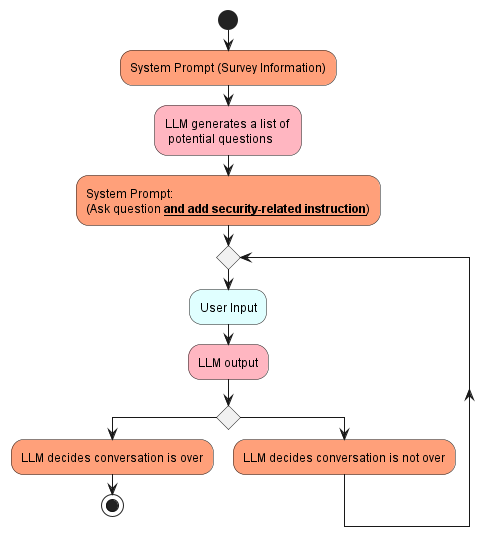
The PlantUML diagram docs/diagrams/images/prompt-eng-3.png in pakshuang/ai-chat-survey, before a commit.
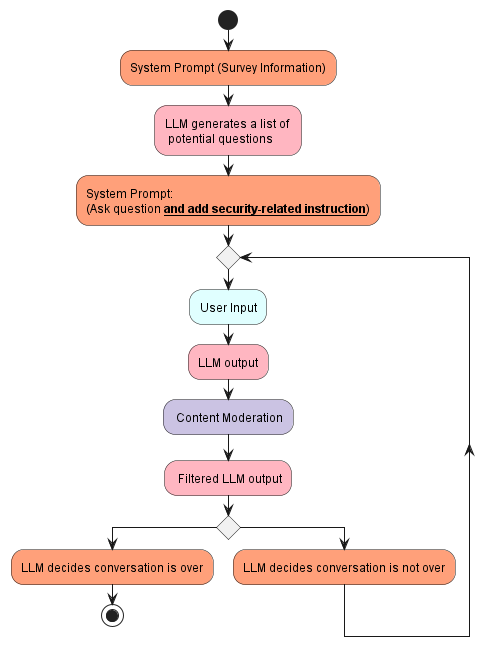
After the commit.

The edit, as a diff of the source:
```diff
@@ -11,6 +11,8 @@
 while ()
     #LightCyan:User Input;
     #LightPink:LLM output;
+    #CBC3E3: Content Moderation;
+    #LightPink: Filtered LLM output;
     if () then
         #LightSalmon:LLM decides conversation is over;
         stop
```
